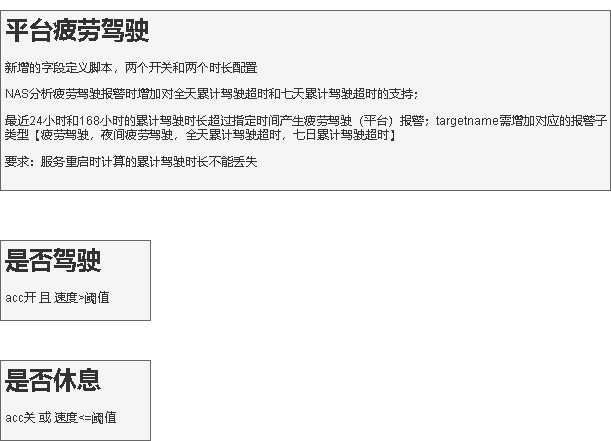
Before: 平台疲劳驾驶.drawio.png, a diagram exported from draw.io (xktder/draw). Source tidied: cells renumbered, new cells last; positions are measured from the earlier drawing's top-left corner, leaving out a move shared by most shapes.
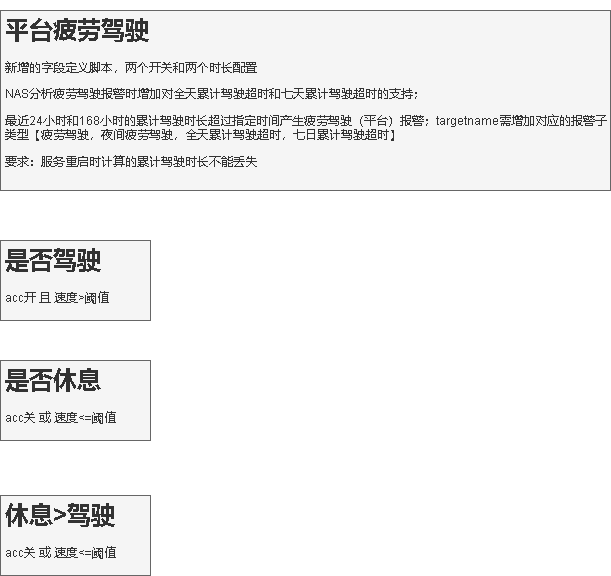
Later version of the same file.

Commit message:
更新平台疲劳驾驶.drawio.png

Diff of the diagram source:
```diff
@@ -11,5 +11,8 @@
     <mxCell id="4" value="&lt;h1&gt;是否休息&lt;/h1&gt;&lt;div&gt;acc关 或 速度&amp;lt;=阈值&lt;/div&gt;" style="text;html=1;spacing=5;spacingTop=-20;whiteSpace=wrap;overflow=hidden;rounded=0;fillColor=#f5f5f5;fontColor=#333333;strokeColor=#666666;" parent="1" vertex="1">
       <mxGeometry y="350" width="150" height="80" as="geometry" />
     </mxCell>
+    <mxCell id="5" value="&lt;h1&gt;休息&amp;gt;驾驶&lt;/h1&gt;&lt;div&gt;acc关 或 速度&amp;lt;=阈值&lt;/div&gt;" style="text;html=1;spacing=5;spacingTop=-20;whiteSpace=wrap;overflow=hidden;rounded=0;fillColor=#f5f5f5;fontColor=#333333;strokeColor=#666666;" parent="1" vertex="1">
+      <mxGeometry y="485" width="150" height="80" as="geometry" />
+    </mxCell>
   </root>
 </mxGraphModel>
```
